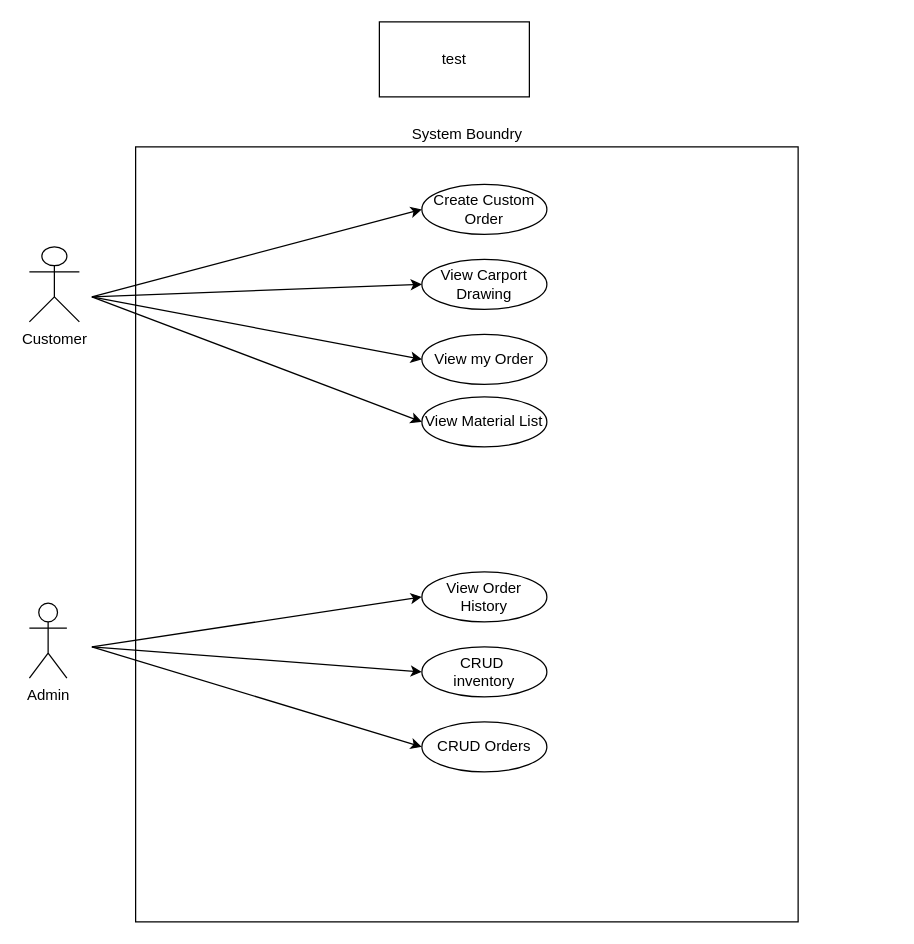
Before: Use Case Diagram.drawio in KD131/2.-Semester-Flow-5-Fog-projekt, a draw.io diagram. Source tidied: cells renumbered, new cells numbered last; positions are measured from the earlier drawing's top-left corner, leaving out a move shared by most shapes. Both pictures are drawn from the tidied source at 125%, with x=0, y=0 at pixel (29, 21).
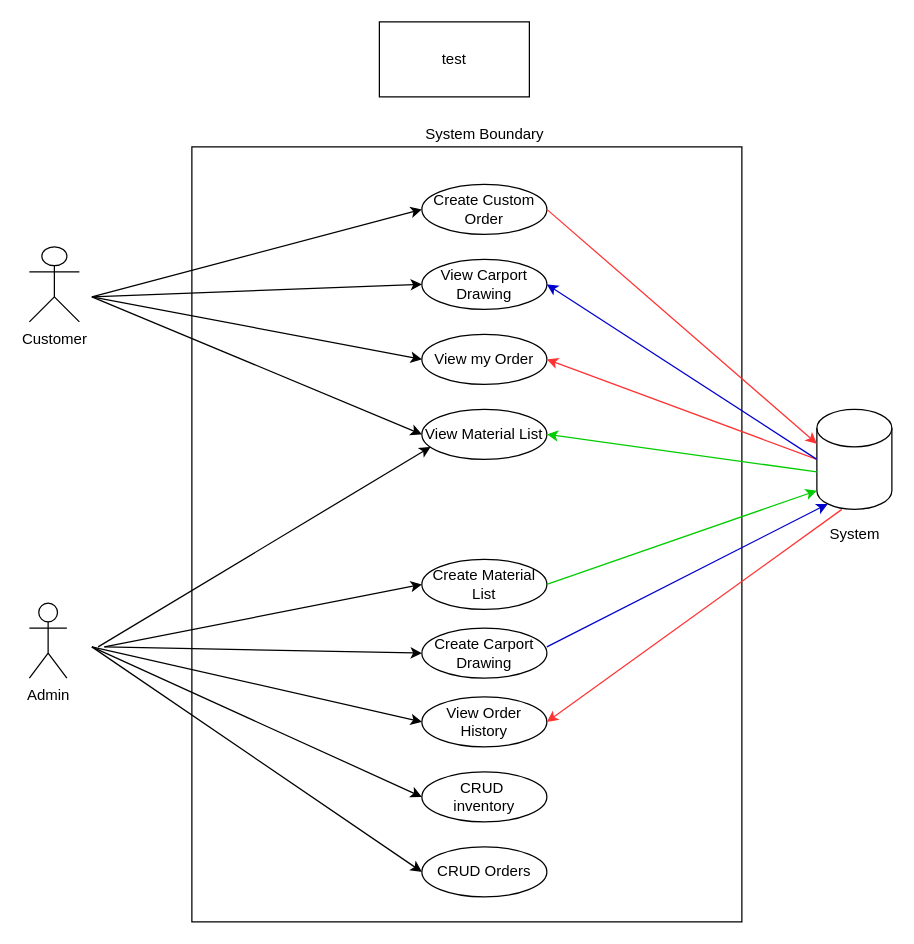
After the change.

Unchanged cells that the change refers to:
```xml
<mxCell id="7" value="View my Order" style="ellipse;whiteSpace=wrap;html=1;fillColor=none;" parent="1" vertex="1">
  <mxGeometry x="314" y="250" width="100" height="40" as="geometry" />
</mxCell>
<mxCell id="14" value="View Carport Drawing" style="ellipse;whiteSpace=wrap;html=1;fillColor=none;" parent="1" vertex="1">
  <mxGeometry x="314" y="190" width="100" height="40" as="geometry" />
</mxCell>
```

The edit, as a diff of the source:
```diff
@@
     <mxCell id="4" value="&lt;br&gt;&lt;br&gt;&lt;br&gt;&lt;br&gt;&lt;br&gt;&lt;br&gt;&lt;br&gt;&lt;br&gt;" style="rounded=0;whiteSpace=wrap;html=1;fillColor=none;" parent="1" vertex="1">
-      <mxGeometry x="85" y="100" width="530" height="620" as="geometry" />
+      <mxGeometry x="130" y="100" width="440" height="620" as="geometry" />
     </mxCell>
-    <mxCell id="5" value="System Boundry" style="text;html=1;align=center;verticalAlign=middle;strokeColor=none;" parent="1" vertex="1">
-      <mxGeometry x="300" y="80" width="100" height="20" as="geometry" />
+    <mxCell id="5" value="System Boundary" style="text;html=1;align=center;verticalAlign=middle;strokeColor=none;" parent="1" vertex="1">
+      <mxGeometry x="309" y="80" width="110" height="20" as="geometry" />
     </mxCell>
@@
     <mxCell id="8" value="CRUD Orders" style="ellipse;whiteSpace=wrap;html=1;fillColor=none;" parent="1" vertex="1">
-      <mxGeometry x="314" y="560" width="100" height="40" as="geometry" />
+      <mxGeometry x="314" y="660" width="100" height="40" as="geometry" />
     </mxCell>
     <mxCell id="9" value="View Order History" style="ellipse;whiteSpace=wrap;html=1;fillColor=none;" parent="1" vertex="1">
-      <mxGeometry x="314" y="440" width="100" height="40" as="geometry" />
+      <mxGeometry x="314" y="540" width="100" height="40" as="geometry" />
     </mxCell>
     <mxCell id="10" value="&lt;span&gt;CRUD&amp;nbsp;&lt;/span&gt;&lt;br&gt;&lt;span&gt;inventory&lt;/span&gt;" style="ellipse;whiteSpace=wrap;html=1;fillColor=none;" parent="1" vertex="1">
-      <mxGeometry x="314" y="500" width="100" height="40" as="geometry" />
+      <mxGeometry x="314" y="600" width="100" height="40" as="geometry" />
     </mxCell>
@@
     <mxCell id="18" value="View Material List" style="ellipse;whiteSpace=wrap;html=1;fillColor=none;" parent="1" vertex="1">
-      <mxGeometry x="314" y="300" width="100" height="40" as="geometry" />
+      <mxGeometry x="314" y="310" width="100" height="40" as="geometry" />
     </mxCell>
@@
+    <mxCell id="21" style="shape=cylinder3;whiteSpace=wrap;html=1;boundedLbl=1;backgroundOutline=1;size=15;" parent="1" vertex="1">
+      <mxGeometry x="630" y="310" width="60" height="80" as="geometry" />
+    </mxCell>
+    <mxCell id="22" value="System" style="text;html=1;align=center;verticalAlign=middle;strokeColor=none;" parent="1" vertex="1">
+      <mxGeometry x="630" y="400" width="60" height="20" as="geometry" />
+    </mxCell>
+    <mxCell id="23" value="Create Material List" style="ellipse;whiteSpace=wrap;html=1;fillColor=none;" parent="1" vertex="1">
+      <mxGeometry x="314" y="430" width="100" height="40" as="geometry" />
+    </mxCell>
+    <mxCell id="24" style="endArrow=classic;html=1;entryX=0;entryY=0.5;entryDx=0;entryDy=0;" parent="1" edge="1" target="23">
+      <mxGeometry relative="1" as="geometry">
+        <mxPoint x="60" y="500" as="sourcePoint" />
+      </mxGeometry>
+    </mxCell>
+    <mxCell id="25" style="endArrow=classic;html=1;entryX=0;entryY=1;entryDx=0;entryDy=-15;entryPerimeter=0;strokeColor=#00CC00;exitX=1;exitY=0.5;exitDx=0;exitDy=0;" parent="1" edge="1" source="23" target="21">
+      <mxGeometry relative="1" as="geometry" />
+    </mxCell>
+    <mxCell id="26" style="endArrow=classic;html=1;fillColor=#f8cecc;rounded=1;strokeColor=#00CC00;entryX=1;entryY=0.5;entryDx=0;entryDy=0;" parent="1" edge="1" target="18">
+      <mxGeometry relative="1" as="geometry">
+        <mxPoint x="630" y="360" as="sourcePoint" />
+      </mxGeometry>
+    </mxCell>
+    <mxCell id="27" style="endArrow=classic;html=1;entryX=0.07;entryY=0.75;entryDx=0;entryDy=0;entryPerimeter=0;" parent="1" edge="1" target="18">
+      <mxGeometry relative="1" as="geometry">
+        <mxPoint x="55" y="500" as="sourcePoint" />
+      </mxGeometry>
+    </mxCell>
+    <mxCell id="28" style="endArrow=classic;html=1;entryX=0;entryY=0;entryDx=0;entryDy=27.5;entryPerimeter=0;strokeColor=#FF3333;" parent="1" edge="1" target="21">
+      <mxGeometry relative="1" as="geometry">
+        <mxPoint x="414" y="150" as="sourcePoint" />
+      </mxGeometry>
+    </mxCell>
+    <mxCell id="29" style="endArrow=classic;html=1;entryX=1;entryY=0.5;entryDx=0;entryDy=0;strokeColor=#FF3333;" parent="1" edge="1" target="9">
+      <mxGeometry relative="1" as="geometry">
+        <mxPoint x="650" y="390" as="sourcePoint" />
+      </mxGeometry>
+    </mxCell>
+    <mxCell id="30" style="endArrow=classic;html=1;entryX=1;entryY=0.5;entryDx=0;entryDy=0;strokeColor=#FF3333;" parent="1" edge="1" target="7">
+      <mxGeometry relative="1" as="geometry">
+        <mxPoint x="630" y="350" as="sourcePoint" />
+      </mxGeometry>
+    </mxCell>
+    <mxCell id="31" value="Create Carport Drawing" style="ellipse;whiteSpace=wrap;html=1;fillColor=none;" parent="1" vertex="1">
+      <mxGeometry x="314" y="485" width="100" height="40" as="geometry" />
+    </mxCell>
+    <mxCell id="32" style="endArrow=classic;html=1;entryX=0;entryY=0.5;entryDx=0;entryDy=0;" parent="1" edge="1" target="31">
+      <mxGeometry relative="1" as="geometry">
+        <mxPoint x="60" y="500" as="sourcePoint" />
+      </mxGeometry>
+    </mxCell>
+    <mxCell id="33" style="endArrow=classic;html=1;entryX=0.145;entryY=1;entryDx=0;entryDy=-4.35;entryPerimeter=0;strokeColor=#0000CC;" parent="1" edge="1" target="21">
+      <mxGeometry relative="1" as="geometry">
+        <mxPoint x="414" y="500" as="sourcePoint" />
+      </mxGeometry>
+    </mxCell>
+    <mxCell id="34" style="endArrow=classic;html=1;entryX=1;entryY=0.5;entryDx=0;entryDy=0;strokeColor=#0000CC;exitX=0;exitY=0.5;exitDx=0;exitDy=0;exitPerimeter=0;" parent="1" edge="1" source="21" target="14">
+      <mxGeometry relative="1" as="geometry" />
+    </mxCell>
```
